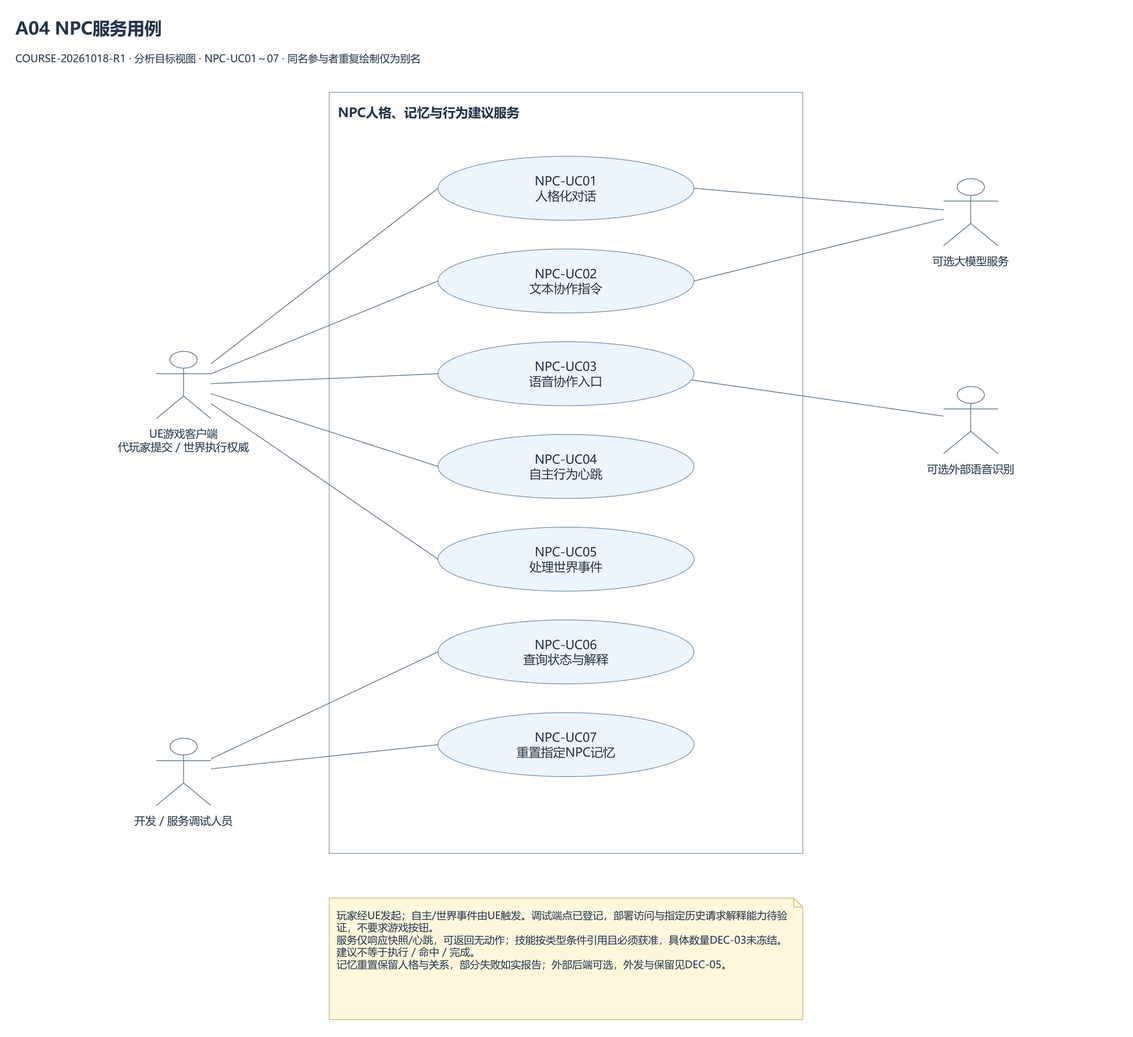
This is Docs/UML/png/04_NPCUseCases.drawio.png from YYchainsAw/AesirWarden, a draw.io export, as it was before one commit. Source tidied: cells renumbered, new cells last; positions are measured from the earlier drawing's top-left corner, leaving out a move shared by most shapes.
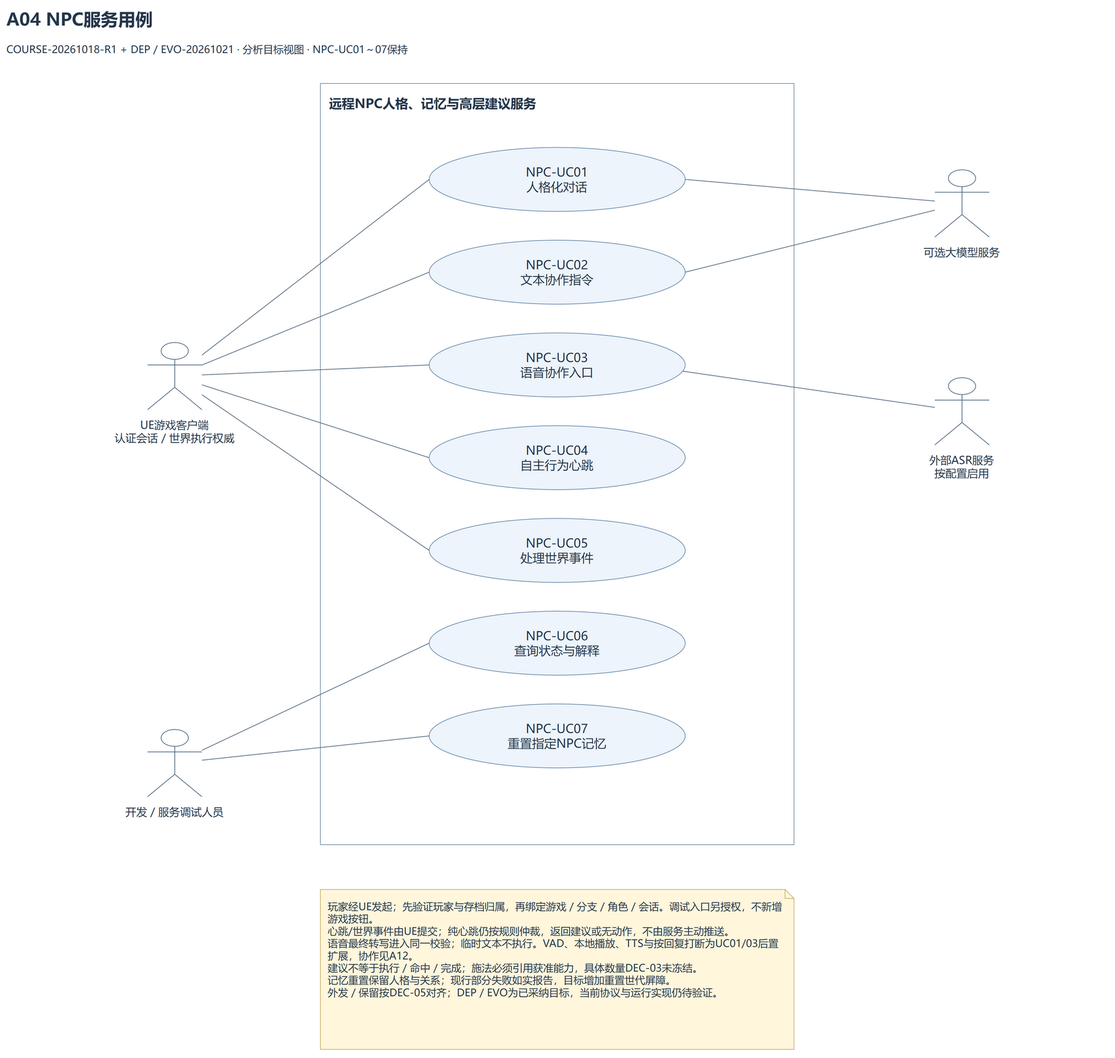
Above is the later version.

Change to the diagram source:
```diff
@@ -5,10 +5,10 @@
     <mxCell id="2" value="A04  NPC服务用例" style="fontFamily=Microsoft YaHei;fontSize=17;fontColor=#24364b;html=1;whiteSpace=wrap;text;strokeColor=none;fillColor=none;align=left;verticalAlign=middle;fontSize=27;fontStyle=1;spacing=0;" parent="1" vertex="1">
       <mxGeometry width="1720" height="38" as="geometry" />
     </mxCell>
-    <mxCell id="3" value="COURSE-20261018-R1 · 分析目标视图 · NPC-UC01～07 · 同名参与者重复绘制仅为别名" style="fontFamily=Microsoft YaHei;fontSize=17;fontColor=#24364b;html=1;whiteSpace=wrap;text;strokeColor=none;fillColor=none;align=left;verticalAlign=middle;fontSize=16;fontStyle=0;spacing=0;" parent="1" vertex="1">
+    <mxCell id="3" value="COURSE-20261018-R1 + DEP / EVO-20261021 · 分析目标视图 · NPC-UC01～07保持" style="fontFamily=Microsoft YaHei;fontSize=17;fontColor=#24364b;html=1;whiteSpace=wrap;text;strokeColor=none;fillColor=none;align=left;verticalAlign=middle;fontSize=16;fontStyle=0;spacing=0;" parent="1" vertex="1">
       <mxGeometry y="46" width="1720" height="40" as="geometry" />
     </mxCell>
-    <mxCell id="4" value="NPC人格、记忆与行为建议服务" style="fontFamily=Microsoft YaHei;fontSize=17;fontColor=#24364b;html=1;whiteSpace=wrap;rounded=0;fillColor=none;strokeColor=#738ca4;align=left;verticalAlign=top;spacing=14;fontSize=20;fontStyle=1;" parent="1" vertex="1">
+    <mxCell id="4" value="远程NPC人格、记忆与高层建议服务" style="fontFamily=Microsoft YaHei;fontSize=17;fontColor=#24364b;html=1;whiteSpace=wrap;rounded=0;fillColor=none;strokeColor=#738ca4;align=left;verticalAlign=top;spacing=14;fontSize=20;fontStyle=1;" parent="1" vertex="1">
       <mxGeometry x="490" y="120" width="740" height="1190" as="geometry" />
     </mxCell>
     <mxCell id="5" value="NPC-UC01&lt;br&gt;人格化对话" style="fontFamily=Microsoft YaHei;fontSize=17;fontColor=#24364b;html=1;whiteSpace=wrap;ellipse;fillColor=#edf4fb;strokeColor=#6587aa;spacing=10;fontSize=19;" parent="1" vertex="1">
@@ -35,7 +35,7 @@
     <mxCell id="12" style="fontFamily=Microsoft YaHei;fontSize=17;fontColor=#24364b;html=1;whiteSpace=wrap;shape=umlActor;fillColor=#ffffff;strokeColor=#47627d;" parent="1" vertex="1">
       <mxGeometry x="220" y="525" width="85" height="105" as="geometry" />
     </mxCell>
-    <mxCell id="13" value="UE游戏客户端&lt;br&gt;代玩家提交 / 世界执行权威" style="fontFamily=Microsoft YaHei;fontSize=17;fontColor=#24364b;html=1;whiteSpace=wrap;text;fillColor=none;strokeColor=none;align=center;verticalAlign=top;fontSize=17;" parent="1" vertex="1">
+    <mxCell id="13" value="UE游戏客户端&lt;br&gt;认证会话 / 世界执行权威" style="fontFamily=Microsoft YaHei;fontSize=17;fontColor=#24364b;html=1;whiteSpace=wrap;text;fillColor=none;strokeColor=none;align=center;verticalAlign=top;fontSize=17;" parent="1" vertex="1">
       <mxGeometry x="135" y="637" width="255" height="72" as="geometry" />
     </mxCell>
     <mxCell id="14" style="html=1;fontFamily=Microsoft YaHei;fontSize=16;fontColor=#24364b;strokeColor=#4b6177;endArrow=none;rounded=0;labelBackgroundColor=#ffffff;edgeStyle=none;entryX=0;entryY=0.5;" parent="1" edge="1" source="12" target="5">
@@ -80,14 +80,14 @@
     <mxCell id="27" style="fontFamily=Microsoft YaHei;fontSize=17;fontColor=#24364b;html=1;whiteSpace=wrap;shape=umlActor;fillColor=#ffffff;strokeColor=#47627d;" parent="1" vertex="1">
       <mxGeometry x="1450" y="580" width="85" height="105" as="geometry" />
     </mxCell>
-    <mxCell id="28" value="可选外部语音识别" style="fontFamily=Microsoft YaHei;fontSize=17;fontColor=#24364b;html=1;whiteSpace=wrap;text;fillColor=none;strokeColor=none;align=center;verticalAlign=top;fontSize=17;" parent="1" vertex="1">
+    <mxCell id="28" value="外部ASR服务&lt;br&gt;按配置启用" style="fontFamily=Microsoft YaHei;fontSize=17;fontColor=#24364b;html=1;whiteSpace=wrap;text;fillColor=none;strokeColor=none;align=center;verticalAlign=top;fontSize=17;" parent="1" vertex="1">
       <mxGeometry x="1365" y="692" width="255" height="72" as="geometry" />
     </mxCell>
     <mxCell id="29" style="html=1;fontFamily=Microsoft YaHei;fontSize=16;fontColor=#24364b;strokeColor=#4b6177;endArrow=none;rounded=0;labelBackgroundColor=#ffffff;edgeStyle=none;entryX=1;entryY=0.6;" parent="1" edge="1" source="27" target="7">
       <mxGeometry relative="1" as="geometry" />
     </mxCell>
-    <mxCell id="30" value="玩家经UE发起；自主/世界事件由UE触发。调试端点已登记，部署访问与指定历史请求解释能力待验证，不要求游戏按钮。&lt;br&gt;服务仅响应快照/心跳，可返回无动作；技能按类型条件引用且必须获准，具体数量DEC-03未冻结。建议不等于执行 / 命中 / 完成。&lt;br&gt;记忆重置保留人格与关系，部分失败如实报告；外部后端可选，外发与保留见DEC-05。" style="fontFamily=Microsoft YaHei;fontSize=17;fontColor=#24364b;html=1;whiteSpace=wrap;shape=note;size=14;fillColor=#fff6dc;strokeColor=#c9ad64;align=left;verticalAlign=top;spacing=12;fontSize=16;" parent="1" vertex="1">
-      <mxGeometry x="490" y="1380" width="740" height="190" as="geometry" />
+    <mxCell id="30" value="玩家经UE发起；先验证玩家与存档归属，再绑定游戏 / 分支 / 角色 / 会话。调试入口另授权，不新增游戏按钮。&lt;br&gt;心跳/世界事件由UE提交；纯心跳仍按规则仲裁，返回建议或无动作，不由服务主动推送。&lt;br&gt;语音最终转写进入同一校验；临时文本不执行。VAD、本地播放、TTS与按回复打断为UC01/03后置扩展，协作见A12。&lt;br&gt;建议不等于执行 / 命中 / 完成；施法必须引用获准能力，具体数量DEC-03未冻结。&lt;br&gt;记忆重置保留人格与关系；现行部分失败如实报告，目标增加重置世代屏障。&lt;br&gt;外发 / 保留按DEC-05对齐；DEP / EVO为已采纳目标，当前协议与运行实现仍待验证。" style="fontFamily=Microsoft YaHei;fontSize=17;fontColor=#24364b;html=1;whiteSpace=wrap;shape=note;size=14;fillColor=#fff6dc;strokeColor=#c9ad64;align=left;verticalAlign=top;spacing=12;fontSize=16;" parent="1" vertex="1">
+      <mxGeometry x="490" y="1380" width="740" height="250" as="geometry" />
     </mxCell>
   </root>
 </mxGraphModel>
```
